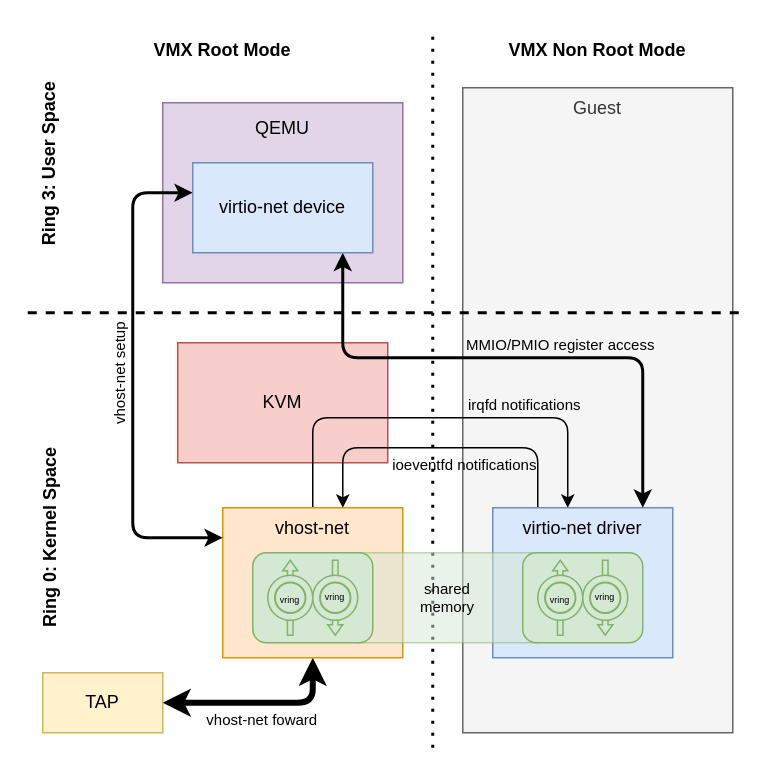
Earlier version of the draw.io diagram virtio_net_vhost.drawio (vmuxIO/diagrams). Source tidied: cells renumbered, new cells numbered last; positions are measured from the earlier drawing's top-left corner, leaving out a move shared by most shapes. Both pictures are drawn from the tidied source at 150%, with x=0, y=0 at pixel (-160, 27).
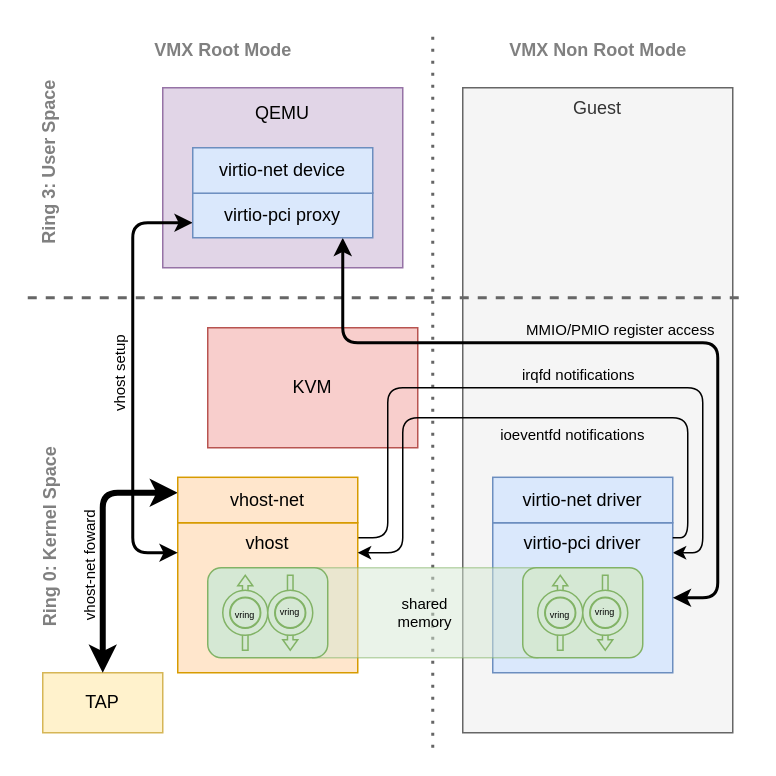
Above is the later version.

The change refers to these unchanged cells:
```xml
<mxCell id="9" value="TAP" style="rounded=0;whiteSpace=wrap;html=1;fillColor=#fff2cc;strokeColor=#d6b656;" parent="1" vertex="1">
  <mxGeometry x="135" y="430" width="80" height="40" as="geometry" />
</mxCell>
```

Change to the diagram source:
```diff
@@
+    <mxCell id="10" value="KVM" style="rounded=0;whiteSpace=wrap;html=1;fillColor=#f8cecc;strokeColor=#b85450;" parent="1" vertex="1">
+      <mxGeometry x="245" y="200" width="140" height="80" as="geometry" />
+    </mxCell>
@@
-    <mxCell id="3" style="endArrow=none;dashed=1;html=1;rounded=0;strokeWidth=2;" parent="1" edge="1">
+    <mxCell id="3" style="endArrow=none;dashed=1;html=1;rounded=0;strokeWidth=2;fillColor=#f5f5f5;strokeColor=#666666;" parent="1" edge="1">
       <mxGeometry relative="1" as="geometry">
-        <mxPoint x="125" y="190" as="sourcePoint" />
-        <mxPoint x="605" y="190" as="targetPoint" />
+        <mxPoint x="125" y="180" as="sourcePoint" />
+        <mxPoint x="605" y="180" as="targetPoint" />
       </mxGeometry>
     </mxCell>
-    <mxCell id="4" style="endArrow=none;dashed=1;html=1;dashPattern=1 3;strokeWidth=2;rounded=0;" parent="1" edge="1">
+    <mxCell id="4" style="endArrow=none;dashed=1;html=1;dashPattern=1 3;strokeWidth=2;rounded=0;fillColor=#f5f5f5;strokeColor=#666666;" parent="1" edge="1">
       <mxGeometry relative="1" as="geometry">
         <mxPoint x="395" y="480" as="sourcePoint" />
         <mxPoint x="395" as="targetPoint" />
       </mxGeometry>
     </mxCell>
-    <mxCell id="5" value="VMX Root Mode" style="text;html=1;strokeColor=none;fillColor=none;align=center;verticalAlign=middle;whiteSpace=wrap;rounded=0;fontStyle=1;" parent="1" vertex="1">
+    <mxCell id="5" value="VMX Root Mode" style="text;html=1;align=center;verticalAlign=middle;rounded=0;fontStyle=1;fontColor=#808080;" parent="1" vertex="1">
       <mxGeometry x="125" width="260" height="30" as="geometry" />
     </mxCell>
-    <mxCell id="6" value="&lt;b&gt;VMX Non Root Mode&lt;/b&gt;" style="text;html=1;strokeColor=none;fillColor=none;align=center;verticalAlign=middle;whiteSpace=wrap;rounded=0;" parent="1" vertex="1">
+    <mxCell id="6" value="&lt;b&gt;VMX Non Root Mode&lt;/b&gt;" style="text;html=1;align=center;verticalAlign=middle;rounded=0;fontColor=#808080;" parent="1" vertex="1">
       <mxGeometry x="405" width="200" height="30" as="geometry" />
     </mxCell>
-    <mxCell id="7" value="Ring 3: User Space" style="text;html=1;strokeColor=none;fillColor=none;align=center;verticalAlign=middle;whiteSpace=wrap;rounded=0;rotation=270;fontStyle=1;" parent="1" vertex="1">
+    <mxCell id="7" value="Ring 3: User Space" style="text;html=1;align=center;verticalAlign=middle;rounded=0;rotation=270;fontStyle=1;fontColor=#808080;" parent="1" vertex="1">
       <mxGeometry x="50.3" y="75.3" width="179.4" height="30" as="geometry" />
     </mxCell>
-    <mxCell id="8" value="Ring 0: Kernel Space" style="text;html=1;strokeColor=none;fillColor=none;align=center;verticalAlign=middle;whiteSpace=wrap;rounded=0;rotation=270;fontStyle=1;" parent="1" vertex="1">
+    <mxCell id="8" value="Ring 0: Kernel Space" style="text;html=1;align=center;verticalAlign=middle;rounded=0;rotation=270;fontStyle=1;fontColor=#808080;" parent="1" vertex="1">
       <mxGeometry y="325" width="280" height="30" as="geometry" />
     </mxCell>
@@
-    <mxCell id="10" value="KVM" style="rounded=0;whiteSpace=wrap;html=1;fillColor=#f8cecc;strokeColor=#b85450;" parent="1" vertex="1">
-      <mxGeometry x="225" y="210" width="140" height="80" as="geometry" />
-    </mxCell>
-    <mxCell id="11" style="edgeStyle=orthogonalEdgeStyle;rounded=1;jettySize=auto;html=1;strokeWidth=4;fontSize=12;startArrow=classic;startFill=1;" parent="1" edge="1" source="15">
+    <mxCell id="11" style="edgeStyle=orthogonalEdgeStyle;rounded=1;jettySize=auto;html=1;strokeWidth=4;fontSize=12;startArrow=classic;startFill=1;entryX=0.5;entryY=0;entryDx=0;entryDy=0;" parent="1" edge="1" source="42" target="9">
       <mxGeometry relative="1" as="geometry">
-        <mxPoint x="215" y="450" as="targetPoint" />
         <Array as="points">
-          <mxPoint x="315" y="450" />
-          <mxPoint x="215" y="450" />
+          <mxPoint x="175" y="310" />
         </Array>
       </mxGeometry>
     </mxCell>
-    <mxCell id="12" value="vhost-net foward" style="edgeLabel;html=1;align=center;verticalAlign=middle;fontSize=10;" parent="11" vertex="1">
+    <mxCell id="12" value="vhost-net foward" style="edgeLabel;html=1;align=center;verticalAlign=middle;fontSize=10;rotation=270;" parent="11" vertex="1">
       <mxGeometry x="0.05" y="-2" relative="1" as="geometry">
-        <mxPoint x="3" y="12" as="offset" />
+        <mxPoint x="-8" y="11" as="offset" />
       </mxGeometry>
     </mxCell>
     <mxCell id="13" style="edgeStyle=orthogonalEdgeStyle;rounded=1;jettySize=auto;html=1;strokeWidth=1;fontSize=12;startArrow=none;startFill=0;" parent="1" edge="1" source="15" target="18">
       <mxGeometry relative="1" as="geometry">
         <Array as="points">
-          <mxPoint x="315" y="260" />
-          <mxPoint x="485" y="260" />
+          <mxPoint x="365" y="340" />
+          <mxPoint x="365" y="240" />
+          <mxPoint x="575" y="240" />
+          <mxPoint x="575" y="350" />
         </Array>
       </mxGeometry>
     </mxCell>
     <mxCell id="14" value="irqfd notifications" style="edgeLabel;html=1;align=center;verticalAlign=middle;fontSize=10;labelBackgroundColor=none;" parent="13" vertex="1">
       <mxGeometry x="0.31" y="-1" relative="1" as="geometry">
-        <mxPoint x="10" y="-11" as="offset" />
+        <mxPoint x="-55" y="-11" as="offset" />
       </mxGeometry>
     </mxCell>
-    <mxCell id="15" value="&lt;div&gt;vhost-net&lt;/div&gt;&lt;div&gt;&lt;br&gt;&lt;/div&gt;&lt;div&gt;&lt;br&gt;&lt;/div&gt;&lt;div&gt;&lt;br&gt;&lt;/div&gt;&lt;div&gt;&lt;br&gt;&lt;/div&gt;&lt;div&gt;&lt;br&gt;&lt;/div&gt;" style="rounded=0;whiteSpace=wrap;html=1;align=center;fillColor=#ffe6cc;strokeColor=#d79b00;" parent="1" vertex="1">
-      <mxGeometry x="255" y="320" width="120" height="100" as="geometry" />
+    <mxCell id="15" value="&lt;div&gt;vhost&lt;/div&gt;&lt;div&gt;&lt;br&gt;&lt;/div&gt;&lt;div&gt;&lt;br&gt;&lt;/div&gt;&lt;div&gt;&lt;br&gt;&lt;/div&gt;&lt;div&gt;&lt;br&gt;&lt;/div&gt;&lt;div&gt;&lt;br&gt;&lt;/div&gt;" style="rounded=0;whiteSpace=wrap;html=1;align=center;fillColor=#ffe6cc;strokeColor=#d79b00;" parent="1" vertex="1">
+      <mxGeometry x="225" y="330" width="120" height="100" as="geometry" />
     </mxCell>
-    <mxCell id="16" style="edgeStyle=orthogonalEdgeStyle;rounded=1;jettySize=auto;html=1;strokeWidth=1;fontSize=12;startArrow=none;startFill=0;entryX=0.667;entryY=0;entryDx=0;entryDy=0;entryPerimeter=0;" parent="1" edge="1" source="18" target="15">
-      <mxGeometry relative="1" as="geometry">
-        <Array as="points">
-          <mxPoint x="465" y="280" />
-          <mxPoint x="335" y="280" />
-        </Array>
-      </mxGeometry>
-    </mxCell>
-    <mxCell id="17" value="ioeventfd notifications" style="edgeLabel;html=1;align=center;verticalAlign=middle;fontSize=10;labelBackgroundColor=none;" parent="16" vertex="1">
-      <mxGeometry x="-0.18" y="1" relative="1" as="geometry">
-        <mxPoint x="-4" y="9" as="offset" />
-      </mxGeometry>
-    </mxCell>
-    <mxCell id="18" value="&lt;div&gt;virtio-net driver&lt;/div&gt;&lt;div&gt;&lt;br&gt;&lt;/div&gt;&lt;div&gt;&lt;br&gt;&lt;/div&gt;&lt;div&gt;&lt;br&gt;&lt;/div&gt;&lt;div&gt;&lt;br&gt;&lt;/div&gt;&lt;div&gt;&lt;br&gt;&lt;/div&gt;" style="rounded=0;whiteSpace=wrap;html=1;align=center;fillColor=#dae8fc;strokeColor=#6c8ebf;" parent="1" vertex="1">
-      <mxGeometry x="435" y="320" width="120" height="100" as="geometry" />
+    <mxCell id="18" value="&lt;div&gt;virtio-pci driver&lt;/div&gt;&lt;div&gt;&lt;br&gt;&lt;/div&gt;&lt;div&gt;&lt;br&gt;&lt;/div&gt;&lt;div&gt;&lt;br&gt;&lt;/div&gt;&lt;div&gt;&lt;br&gt;&lt;/div&gt;&lt;div&gt;&lt;br&gt;&lt;/div&gt;" style="rounded=0;whiteSpace=wrap;html=1;align=center;fillColor=#dae8fc;strokeColor=#6c8ebf;" parent="1" vertex="1">
+      <mxGeometry x="435" y="330" width="120" height="100" as="geometry" />
     </mxCell>
     <mxCell id="19" value="&lt;div style=&quot;font-size: 10px;&quot;&gt;&lt;font style=&quot;font-size: 10px;&quot;&gt;shared&lt;/font&gt;&lt;/div&gt;&lt;div style=&quot;font-size: 10px;&quot;&gt;&lt;font style=&quot;font-size: 10px;&quot;&gt;memory&lt;/font&gt;&lt;/div&gt;" style="rounded=0;whiteSpace=wrap;html=1;fontSize=6;opacity=50;fillColor=#d5e8d4;strokeColor=#82b366;" parent="1" vertex="1">
-      <mxGeometry x="345" y="350" width="120" height="60" as="geometry" />
+      <mxGeometry x="315" y="360" width="150" height="60" as="geometry" />
     </mxCell>
     <mxCell id="20" value="&lt;div&gt;QEMU&lt;/div&gt;&lt;div&gt;&lt;br&gt;&lt;/div&gt;&lt;div&gt;&lt;br&gt;&lt;/div&gt;&lt;div&gt;&lt;br&gt;&lt;/div&gt;&lt;div&gt;&lt;br&gt;&lt;/div&gt;&lt;div&gt;&lt;br&gt;&lt;/div&gt;&lt;div&gt;&lt;br&gt;&lt;/div&gt;" style="rounded=0;whiteSpace=wrap;html=1;align=center;fillColor=#e1d5e7;strokeColor=#9673a6;" parent="1" vertex="1">
-      <mxGeometry x="215" y="50" width="160" height="120" as="geometry" />
+      <mxGeometry x="215" y="40" width="160" height="120" as="geometry" />
     </mxCell>
     <mxCell id="21" style="edgeStyle=orthogonalEdgeStyle;rounded=1;jettySize=auto;html=1;strokeWidth=2;fontSize=12;startArrow=classic;startFill=1;" parent="1" edge="1" source="25" target="15">
       <mxGeometry relative="1" as="geometry">
         <Array as="points">
-          <mxPoint x="195" y="110" />
-          <mxPoint x="195" y="340" />
+          <mxPoint x="195" y="130" />
+          <mxPoint x="195" y="350" />
         </Array>
       </mxGeometry>
     </mxCell>
-    <mxCell id="22" value="vhost-net setup" style="edgeLabel;html=1;align=center;verticalAlign=middle;fontSize=10;rotation=270;" parent="21" vertex="1">
+    <mxCell id="22" value="vhost setup" style="edgeLabel;html=1;align=center;verticalAlign=middle;fontSize=10;rotation=270;" parent="21" vertex="1">
       <mxGeometry x="-0.02" y="-1" relative="1" as="geometry">
         <mxPoint x="-9" as="offset" />
       </mxGeometry>
     </mxCell>
     <mxCell id="23" style="edgeStyle=orthogonalEdgeStyle;rounded=1;jettySize=auto;html=1;strokeWidth=2;fontSize=12;startArrow=classic;startFill=1;" parent="1" edge="1" source="25" target="18">
       <mxGeometry relative="1" as="geometry">
         <Array as="points">
-          <mxPoint x="335" y="220" />
-          <mxPoint x="535" y="220" />
+          <mxPoint x="335" y="210" />
+          <mxPoint x="585" y="210" />
+          <mxPoint x="585" y="380" />
         </Array>
       </mxGeometry>
     </mxCell>
     <mxCell id="24" value="MMIO/PMIO register access" style="edgeLabel;html=1;align=center;verticalAlign=middle;fontSize=10;labelBackgroundColor=none;" parent="23" vertex="1">
       <mxGeometry x="-0.02" y="-2" relative="1" as="geometry">
-        <mxPoint x="33" y="-12" as="offset" />
+        <mxPoint x="-1" y="-12" as="offset" />
       </mxGeometry>
     </mxCell>
-    <mxCell id="25" value="&lt;div&gt;virtio-net device&lt;/div&gt;" style="rounded=0;whiteSpace=wrap;html=1;align=center;fillColor=#dae8fc;strokeColor=#6c8ebf;" parent="1" vertex="1">
-      <mxGeometry x="235" y="90" width="120" height="60" as="geometry" />
+    <mxCell id="25" value="virtio-pci proxy" style="rounded=0;whiteSpace=wrap;html=1;align=center;fillColor=#dae8fc;strokeColor=#6c8ebf;" parent="1" vertex="1">
+      <mxGeometry x="235" y="110" width="120" height="30" as="geometry" />
     </mxCell>
     <mxCell id="26" style="rounded=1;whiteSpace=wrap;html=1;fillColor=#d5e8d4;strokeColor=#82b366;" parent="1" vertex="1">
-      <mxGeometry x="455" y="350" width="80" height="60" as="geometry" />
+      <mxGeometry x="455" y="360" width="80" height="60" as="geometry" />
     </mxCell>
     <mxCell id="27" style="shape=singleArrow;direction=north;whiteSpace=wrap;html=1;arrowWidth=0.3692307692307736;arrowSize=0.13999999999999888;fillColor=#d5e8d4;strokeColor=#82b366;" parent="1" vertex="1">
-      <mxGeometry x="475" y="355" width="10" height="50" as="geometry" />
+      <mxGeometry x="475" y="365" width="10" height="50" as="geometry" />
     </mxCell>
     <mxCell id="28" style="verticalLabelPosition=bottom;verticalAlign=top;html=1;shape=mxgraph.basic.donut;dx=4.69;fillColor=#d5e8d4;strokeColor=#82b366;" parent="1" vertex="1">
-      <mxGeometry x="465" y="365" width="30" height="30" as="geometry" />
+      <mxGeometry x="465" y="375" width="30" height="30" as="geometry" />
     </mxCell>
     <mxCell id="29" style="shape=singleArrow;direction=south;whiteSpace=wrap;html=1;arrowWidth=0.3692307692307736;arrowSize=0.13999999999999888;fillColor=#d5e8d4;strokeColor=#82b366;" parent="1" vertex="1">
-      <mxGeometry x="505" y="355" width="10" height="50" as="geometry" />
+      <mxGeometry x="505" y="365" width="10" height="50" as="geometry" />
     </mxCell>
     <mxCell id="30" style="verticalLabelPosition=bottom;verticalAlign=top;html=1;shape=mxgraph.basic.donut;dx=4.69;fillColor=#d5e8d4;strokeColor=#82b366;" parent="1" vertex="1">
-      <mxGeometry x="495" y="365" width="30" height="30" as="geometry" />
+      <mxGeometry x="495" y="375" width="30" height="30" as="geometry" />
     </mxCell>
     <mxCell id="31" value="&lt;font style=&quot;font-size: 6px;&quot;&gt;vring&lt;/font&gt;" style="ellipse;whiteSpace=wrap;html=1;direction=south;fillColor=#d5e8d4;strokeColor=#82b366;" parent="1" vertex="1">
-      <mxGeometry x="470" y="370" width="20" height="20" as="geometry" />
+      <mxGeometry x="470" y="380" width="20" height="20" as="geometry" />
     </mxCell>
     <mxCell id="32" value="vring" style="ellipse;whiteSpace=wrap;html=1;direction=south;fontSize=6;fillColor=#d5e8d4;strokeColor=#82b366;" parent="1" vertex="1">
-      <mxGeometry x="500" y="370" width="20" height="20" as="geometry" />
+      <mxGeometry x="500" y="380" width="20" height="20" as="geometry" />
     </mxCell>
     <mxCell id="33" style="rounded=1;whiteSpace=wrap;html=1;fillColor=#d5e8d4;strokeColor=#82b366;" parent="1" vertex="1">
-      <mxGeometry x="275" y="350" width="80" height="60" as="geometry" />
+      <mxGeometry x="245" y="360" width="80" height="60" as="geometry" />
     </mxCell>
     <mxCell id="34" style="shape=singleArrow;direction=north;whiteSpace=wrap;html=1;arrowWidth=0.3692307692307736;arrowSize=0.13999999999999888;fillColor=#d5e8d4;strokeColor=#82b366;" parent="1" vertex="1">
-      <mxGeometry x="295" y="355" width="10" height="50" as="geometry" />
+      <mxGeometry x="265" y="365" width="10" height="50" as="geometry" />
     </mxCell>
     <mxCell id="35" style="verticalLabelPosition=bottom;verticalAlign=top;html=1;shape=mxgraph.basic.donut;dx=4.69;fillColor=#d5e8d4;strokeColor=#82b366;" parent="1" vertex="1">
-      <mxGeometry x="285" y="365" width="30" height="30" as="geometry" />
+      <mxGeometry x="255" y="375" width="30" height="30" as="geometry" />
     </mxCell>
     <mxCell id="36" style="shape=singleArrow;direction=south;whiteSpace=wrap;html=1;arrowWidth=0.3692307692307736;arrowSize=0.13999999999999888;fillColor=#d5e8d4;strokeColor=#82b366;" parent="1" vertex="1">
-      <mxGeometry x="325" y="355" width="10" height="50" as="geometry" />
+      <mxGeometry x="295" y="365" width="10" height="50" as="geometry" />
     </mxCell>
     <mxCell id="37" style="verticalLabelPosition=bottom;verticalAlign=top;html=1;shape=mxgraph.basic.donut;dx=4.69;fillColor=#d5e8d4;strokeColor=#82b366;" parent="1" vertex="1">
-      <mxGeometry x="315" y="365" width="30" height="30" as="geometry" />
+      <mxGeometry x="285" y="375" width="30" height="30" as="geometry" />
     </mxCell>
     <mxCell id="38" value="&lt;font style=&quot;font-size: 6px;&quot;&gt;vring&lt;/font&gt;" style="ellipse;whiteSpace=wrap;html=1;direction=south;fillColor=#d5e8d4;strokeColor=#82b366;" parent="1" vertex="1">
-      <mxGeometry x="290" y="370" width="20" height="20" as="geometry" />
+      <mxGeometry x="260" y="380" width="20" height="20" as="geometry" />
     </mxCell>
     <mxCell id="39" value="vring" style="ellipse;whiteSpace=wrap;html=1;direction=south;fontSize=6;fillColor=#d5e8d4;strokeColor=#82b366;" parent="1" vertex="1">
-      <mxGeometry x="320" y="370" width="20" height="20" as="geometry" />
+      <mxGeometry x="290" y="380" width="20" height="20" as="geometry" />
     </mxCell>
+    <mxCell id="40" value="&lt;div&gt;virtio-net device&lt;/div&gt;" style="rounded=0;whiteSpace=wrap;html=1;align=center;fillColor=#dae8fc;strokeColor=#6c8ebf;" parent="1" vertex="1">
+      <mxGeometry x="235" y="80" width="120" height="30.3" as="geometry" />
+    </mxCell>
+    <mxCell id="41" value="&lt;div&gt;virtio-net driver&lt;/div&gt;" style="rounded=0;whiteSpace=wrap;html=1;align=center;fillColor=#dae8fc;strokeColor=#6c8ebf;" parent="1" vertex="1">
+      <mxGeometry x="435" y="299.7" width="120" height="30.3" as="geometry" />
+    </mxCell>
+    <mxCell id="16" style="edgeStyle=orthogonalEdgeStyle;rounded=1;jettySize=auto;html=1;strokeWidth=1;fontSize=12;startArrow=none;startFill=0;endArrow=classic;endFill=1;" parent="1" edge="1" source="18" target="15">
+      <mxGeometry relative="1" as="geometry">
+        <Array as="points">
+          <mxPoint x="565" y="340" />
+          <mxPoint x="565" y="260" />
+          <mxPoint x="375" y="260" />
+          <mxPoint x="375" y="350" />
+        </Array>
+      </mxGeometry>
+    </mxCell>
+    <mxCell id="17" value="ioeventfd notifications" style="edgeLabel;html=1;align=center;verticalAlign=middle;fontSize=10;labelBackgroundColor=none;" parent="16" vertex="1">
+      <mxGeometry x="-0.18" y="1" relative="1" as="geometry">
+        <mxPoint x="-4" y="9" as="offset" />
+      </mxGeometry>
+    </mxCell>
+    <mxCell id="42" value="&lt;div&gt;vhost-net&lt;/div&gt;" style="rounded=0;whiteSpace=wrap;html=1;align=center;fillColor=#ffe6cc;strokeColor=#d79b00;" parent="1" vertex="1">
+      <mxGeometry x="225" y="299.7" width="120" height="30.3" as="geometry" />
+    </mxCell>
```
